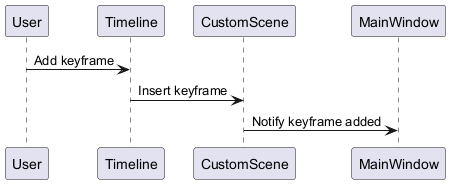
The PlantUML diagram html/inline_umlgraph_6.png in ChihiroYamashita/cg-repo, before a commit.
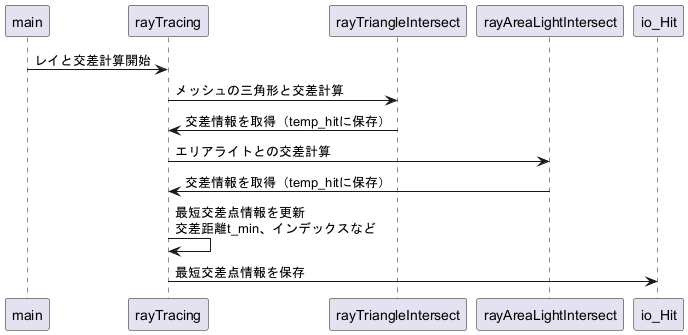
The same diagram one commit later.

Diff of the diagram source:
```diff
@@ -1,5 +1,9 @@
 @startuml inline_umlgraph_6.png
-User -> Timeline : Add keyframe
-Timeline -> CustomScene : Insert keyframe
-CustomScene -> MainWindow : Notify keyframe added
+ main -> rayTracing : レイと交差計算開始
+ rayTracing -> rayTriangleIntersect : メッシュの三角形と交差計算
+ rayTriangleIntersect -> rayTracing : 交差情報を取得（temp_hitに保存）
+ rayTracing -> rayAreaLightIntersect : エリアライトとの交差計算
+ rayAreaLightIntersect -> rayTracing : 交差情報を取得（temp_hitに保存）
+ rayTracing -> rayTracing : 最短交差点情報を更新 \n交差距離t_min、インデックスなど
+ rayTracing -> io_Hit : 最短交差点情報を保存
 @enduml
```
